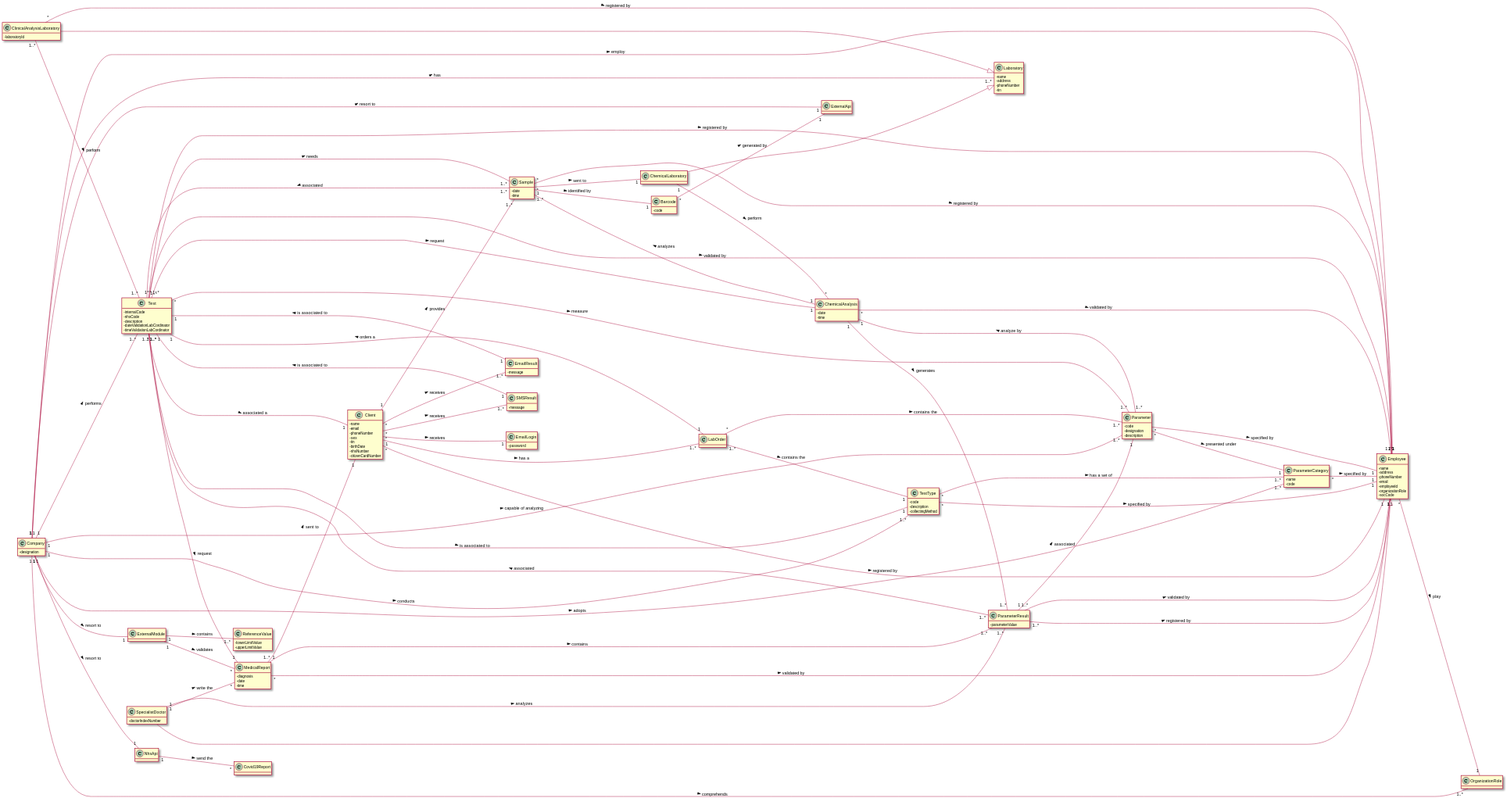
manu-07-ela/LAPR2_ISEP keeps this PlantUML diagram as docs/SprintB/DM/DM2.svg. Above is the earlier version.
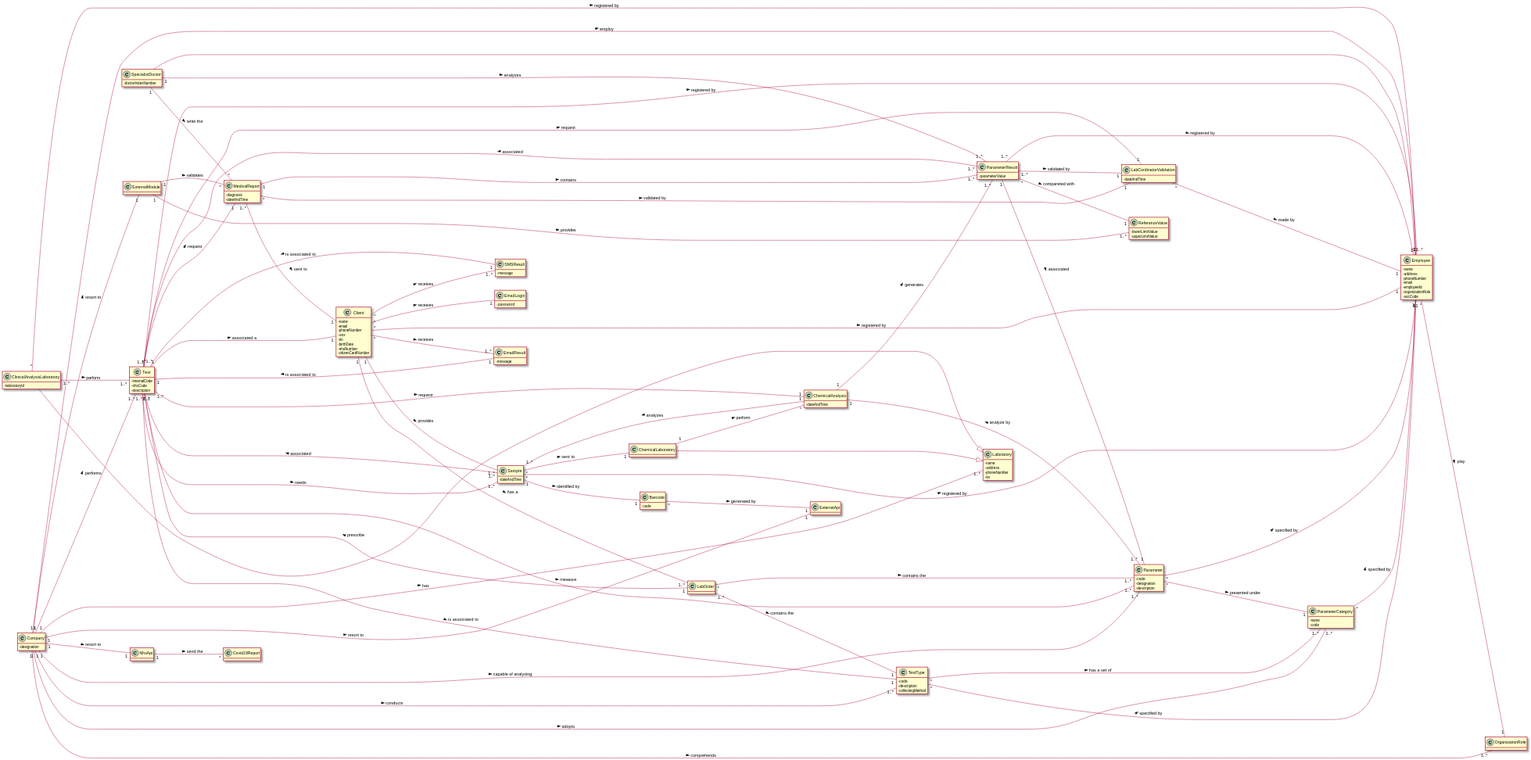
The same file after the commit.

Commit message:
corrections in the DM (addition of a new concept)

What changed in the source:
```diff
@@ -48,13 +48,14 @@
 -internalCode
 -nhsCode
 -description
--dateValidationLabCordinator
--timeValidationLabCordinator
 }
 
 class Sample{
--date
--time
+-dateAndTime
+}
+
+class LabCordinatorValidation {
+-dateAndTime
 }
 
 class TestType{
@@ -79,8 +80,7 @@
 }
 
 class ChemicalAnalysis{
--date
--time
+-dateAndTime
 }
 
 class LabOrder{
@@ -99,8 +99,7 @@
 
 class MedicalReport{
 -diagnosis
--date
--time
+-dateAndTime
 }
 
 class ExternalModule{
@@ -161,7 +160,9 @@
 Test "1..*"---"1" TestType : is associated to >
 Test "1..*" ---"1" ChemicalAnalysis : request >
 Test "1..*" ---"1" MedicalReport : request >
-Test "*" ---"1" Employee : validated by >
+Test "*" --- "1" LabCordinatorValidation : request >
+
+LabCordinatorValidation "*"--"1" Employee : made by >
 
 Parameter "*"---"1" ParameterCategory : presented under >
 Parameter "1..*" ---"1" ChemicalAnalysis : analyze by >
@@ -174,8 +175,9 @@
 
 ParameterResult "1..*" --- "1" Test : associated >
 ParameterResult "1" --- "1" Parameter : associated >
-ParameterResult "1..*"---"1" Employee : validated by >
+ParameterResult "1..*"---"1" LabCordinatorValidation : validated by >
 ParameterResult "1..*"---"1" Employee: registered by >
+ParameterResult "*"---"1" ReferenceValue : compareted with >
 
 Sample "*"---"1" ChemicalLaboratory : sent to >
 Sample "1..*"---"1" Test : associated >
@@ -191,13 +193,12 @@
 Client "*"---"1" EmailLogin : receives >
 Client "*"---"1" Employee : registered by >
 
-LabOrder "1"---------"1" Test : orders a >
+LabOrder "1"---------"1" Test : prescribe >
 LabOrder "1..*"---"1" TestType : contains the >
 LabOrder "*"---"1..*" Parameter : contains the >
 
 ChemicalAnalysis "1" --- "1..*" Sample : analyzes >
 ChemicalAnalysis "1"---"1..*" ParameterResult: generates >
-ChemicalAnalysis "*"---"1" Employee : validated by >
 
 SpecialistDoctor ---|> Employee
 SpecialistDoctor "1"---"1..*" ParameterResult : analyzes >
@@ -205,10 +206,10 @@
 
 MedicalReport "1..*"---"1" Client : sent to >
 MedicalReport "1"---"1..*" ParameterResult : contains >
-MedicalReport "*"---"1" Employee : validated by >
+MedicalReport "*"---"1" LabCordinatorValidation : validated by >
 
 ExternalModule "1"---"*" MedicalReport : validates >
-ExternalModule "1"---"1..*" ReferenceValue : contains >
+ExternalModule "1"---"1..*" ReferenceValue : provides >
 
 NhsApi "1"---"*" Covid19Report : send the >
 
```
